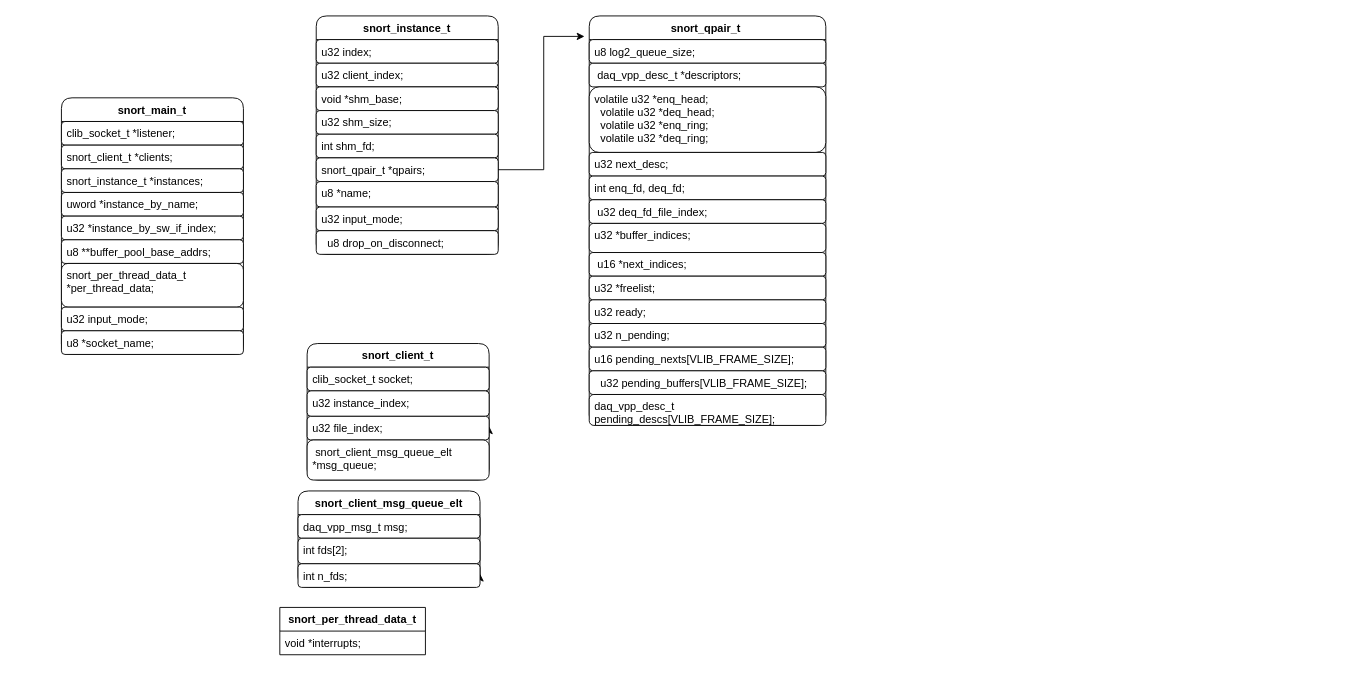
jin13417/dpdk-vpp-learning keeps this draw.io diagram as new_map/snort.drawio. Above is the earlier version. Source tidied: cells renumbered, new cells numbered last; positions are measured from the earlier drawing's top-left corner, leaving out a move shared by most shapes. Both pictures are drawn from the tidied source at 91%, with x=0, y=0 at pixel (61, 15).
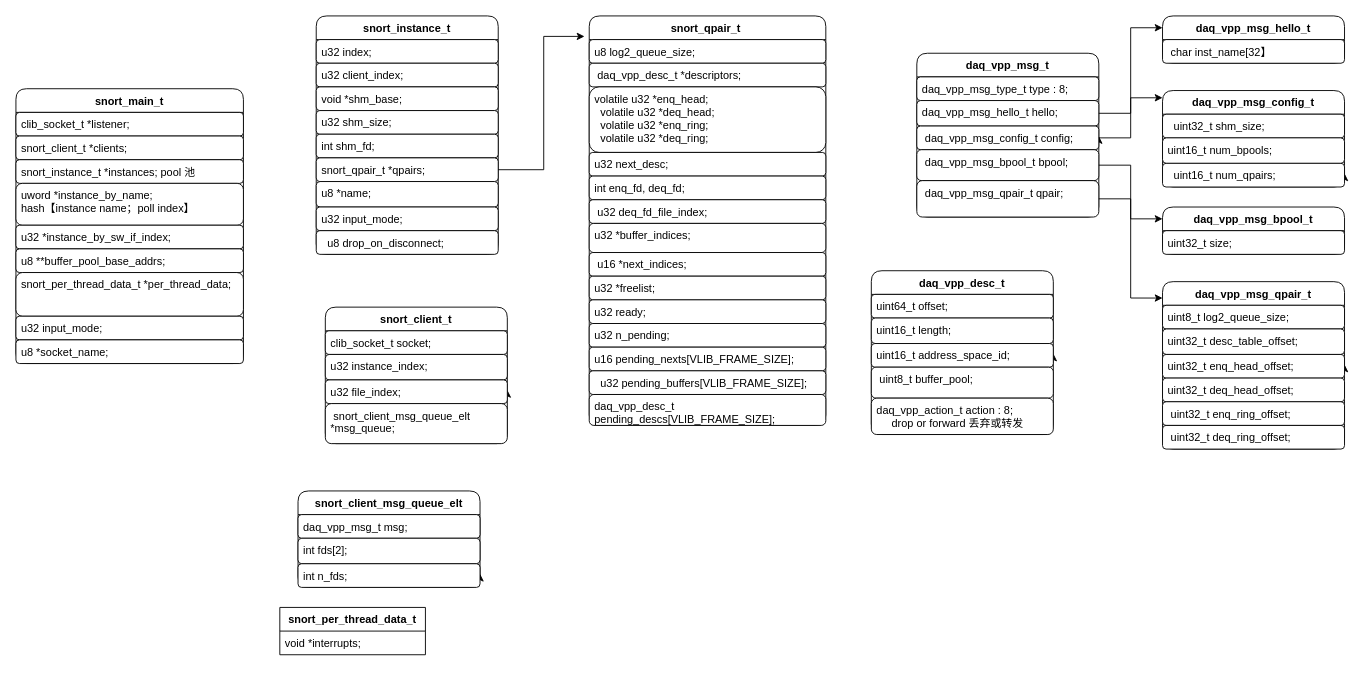
Above is the later version.

The edit, as a diff of the source:
```diff
@@
     <mxCell id="2" value="snort_main_t" style="swimlane;fontStyle=1;align=center;verticalAlign=top;horizontal=1;startSize=26;whiteSpace=wrap;html=1;rounded=1;" parent="1" vertex="1">
-      <mxGeometry y="90" width="200" height="282" as="geometry" />
+      <mxGeometry x="-50" y="80" width="250" height="302" as="geometry" />
     </mxCell>
     <mxCell id="3" value="clib_socket_t *listener;" style="text;strokeColor=default;fillColor=default;align=left;verticalAlign=top;spacingLeft=4;spacingRight=4;overflow=hidden;whiteSpace=wrap;html=1;rounded=1;" parent="2" vertex="1">
-      <mxGeometry y="26" width="200" height="26" as="geometry" />
+      <mxGeometry y="26" width="250" height="26" as="geometry" />
     </mxCell>
     <mxCell id="4" value="snort_client_t *clients;" style="text;strokeColor=default;fillColor=default;align=left;verticalAlign=top;spacingLeft=4;spacingRight=4;overflow=hidden;whiteSpace=wrap;html=1;rounded=1;" parent="2" vertex="1">
-      <mxGeometry y="52" width="200" height="26" as="geometry" />
+      <mxGeometry y="52" width="250" height="26" as="geometry" />
     </mxCell>
-    <mxCell id="5" style="edgeStyle=orthogonalEdgeStyle;rounded=0;jettySize=auto;html=1;exitX=1;exitY=0.5;exitDx=0;exitDy=0;" parent="2" edge="1" source="6">
-      <mxGeometry relative="1" as="geometry">
-        <mxPoint x="200" y="91" as="targetPoint" />
-      </mxGeometry>
-    </mxCell>
-    <mxCell id="6" value="snort_instance_t *instances;" style="text;strokeColor=default;fillColor=default;align=left;verticalAlign=top;spacingLeft=4;spacingRight=4;overflow=hidden;points=[[0,0.5],[1,0.5]];portConstraint=eastwest;whiteSpace=wrap;html=1;rounded=1;" parent="2" vertex="1">
-      <mxGeometry y="78" width="200" height="26" as="geometry" />
+    <mxCell id="6" value="snort_instance_t *instances; pool 池" style="text;strokeColor=default;fillColor=default;align=left;verticalAlign=top;spacingLeft=4;spacingRight=4;overflow=hidden;points=[[0,0.5],[1,0.5]];portConstraint=eastwest;whiteSpace=wrap;html=1;rounded=1;" parent="2" vertex="1">
+      <mxGeometry y="78" width="250" height="26" as="geometry" />
     </mxCell>
-    <mxCell id="7" value="uword *instance_by_name;" style="text;strokeColor=default;fillColor=default;align=left;verticalAlign=top;spacingLeft=4;spacingRight=4;overflow=hidden;whiteSpace=wrap;html=1;rounded=1;" parent="2" vertex="1">
-      <mxGeometry y="104" width="200" height="26" as="geometry" />
+    <mxCell id="7" value="uword *instance_by_name; &lt;br&gt;hash【instance name；poll index】" style="text;strokeColor=default;fillColor=default;align=left;verticalAlign=top;spacingLeft=4;spacingRight=4;overflow=hidden;whiteSpace=wrap;html=1;rounded=1;" parent="2" vertex="1">
+      <mxGeometry y="104" width="250" height="46" as="geometry" />
     </mxCell>
     <mxCell id="8" value="u32 *instance_by_sw_if_index;" style="text;strokeColor=default;fillColor=default;align=left;verticalAlign=top;spacingLeft=4;spacingRight=4;overflow=hidden;whiteSpace=wrap;html=1;rounded=1;" parent="2" vertex="1">
-      <mxGeometry y="130" width="200" height="26" as="geometry" />
+      <mxGeometry y="150" width="250" height="26" as="geometry" />
     </mxCell>
     <mxCell id="9" value="u8 **buffer_pool_base_addrs;" style="text;strokeColor=default;fillColor=default;align=left;verticalAlign=top;spacingLeft=4;spacingRight=4;overflow=hidden;whiteSpace=wrap;html=1;rounded=1;" parent="2" vertex="1">
-      <mxGeometry y="156" width="200" height="26" as="geometry" />
+      <mxGeometry y="176" width="250" height="26" as="geometry" />
     </mxCell>
     <mxCell id="10" value="snort_per_thread_data_t *per_thread_data;" style="text;strokeColor=default;fillColor=default;align=left;verticalAlign=top;spacingLeft=4;spacingRight=4;overflow=hidden;whiteSpace=wrap;html=1;rounded=1;" parent="2" vertex="1">
-      <mxGeometry y="182" width="200" height="48" as="geometry" />
+      <mxGeometry y="202" width="250" height="48" as="geometry" />
     </mxCell>
     <mxCell id="11" value="u32 input_mode;" style="text;strokeColor=default;fillColor=default;align=left;verticalAlign=top;spacingLeft=4;spacingRight=4;overflow=hidden;whiteSpace=wrap;html=1;rounded=1;" parent="2" vertex="1">
-      <mxGeometry y="230" width="200" height="26" as="geometry" />
+      <mxGeometry y="250" width="250" height="26" as="geometry" />
     </mxCell>
     <mxCell id="12" value="u8 *socket_name;" style="text;strokeColor=default;fillColor=default;align=left;verticalAlign=top;spacingLeft=4;spacingRight=4;overflow=hidden;whiteSpace=wrap;html=1;rounded=1;" parent="2" vertex="1">
-      <mxGeometry y="256" width="200" height="26" as="geometry" />
+      <mxGeometry y="276" width="250" height="26" as="geometry" />
     </mxCell>
@@
-    <mxCell id="46" value="snort_client_t" style="swimlane;fontStyle=1;align=center;verticalAlign=top;horizontal=1;startSize=26;whiteSpace=wrap;html=1;rounded=1;" parent="1" vertex="1">
-      <mxGeometry x="270" y="360" width="200" height="150" as="geometry" />
+    <mxCell id="46" value="daq_vpp_desc_t" style="swimlane;fontStyle=1;align=center;verticalAlign=top;horizontal=1;startSize=26;whiteSpace=wrap;html=1;rounded=1;" parent="1" vertex="1">
+      <mxGeometry x="890" y="280" width="200" height="180" as="geometry" />
     </mxCell>
-    <mxCell id="47" value="clib_socket_t socket;" style="text;strokeColor=default;fillColor=default;align=left;verticalAlign=top;spacingLeft=4;spacingRight=4;overflow=hidden;whiteSpace=wrap;html=1;rounded=1;" parent="46" vertex="1">
+    <mxCell id="47" value="uint64_t offset;" style="text;strokeColor=default;fillColor=default;align=left;verticalAlign=top;spacingLeft=4;spacingRight=4;overflow=hidden;whiteSpace=wrap;html=1;rounded=1;" parent="46" vertex="1">
       <mxGeometry y="26" width="200" height="26" as="geometry" />
     </mxCell>
@@
-    <mxCell id="49" value="u32 instance_index;" style="text;strokeColor=default;fillColor=default;align=left;verticalAlign=top;spacingLeft=4;spacingRight=4;overflow=hidden;whiteSpace=wrap;html=1;rounded=1;" parent="46" vertex="1">
+    <mxCell id="49" value="uint16_t length;" style="text;strokeColor=default;fillColor=default;align=left;verticalAlign=top;spacingLeft=4;spacingRight=4;overflow=hidden;whiteSpace=wrap;html=1;rounded=1;" parent="46" vertex="1">
       <mxGeometry y="52" width="200" height="28" as="geometry" />
     </mxCell>
-    <mxCell id="50" value="u32 file_index;" style="text;strokeColor=default;fillColor=default;align=left;verticalAlign=top;spacingLeft=4;spacingRight=4;overflow=hidden;points=[[0,0.5],[1,0.5]];portConstraint=eastwest;whiteSpace=wrap;html=1;rounded=1;" parent="46" vertex="1">
+    <mxCell id="50" value="uint16_t address_space_id;" style="text;strokeColor=default;fillColor=default;align=left;verticalAlign=top;spacingLeft=4;spacingRight=4;overflow=hidden;points=[[0,0.5],[1,0.5]];portConstraint=eastwest;whiteSpace=wrap;html=1;rounded=1;" parent="46" vertex="1">
       <mxGeometry y="80" width="200" height="26" as="geometry" />
     </mxCell>
-    <mxCell id="51" value="&amp;nbsp;snort_client_msg_queue_elt *msg_queue;" style="text;strokeColor=default;fillColor=default;align=left;verticalAlign=top;spacingLeft=4;spacingRight=4;overflow=hidden;whiteSpace=wrap;html=1;rounded=1;" parent="46" vertex="1">
-      <mxGeometry y="106" width="200" height="44" as="geometry" />
+    <mxCell id="51" value="&amp;nbsp;uint8_t buffer_pool;" style="text;strokeColor=default;fillColor=default;align=left;verticalAlign=top;spacingLeft=4;spacingRight=4;overflow=hidden;whiteSpace=wrap;html=1;rounded=1;" parent="46" vertex="1">
+      <mxGeometry y="106" width="200" height="34" as="geometry" />
     </mxCell>
+    <mxCell id="53" value="daq_vpp_action_t action : 8;&lt;br&gt;&amp;nbsp; &amp;nbsp; &amp;nbsp;drop or forward 丢弃或转发" style="text;strokeColor=default;fillColor=default;align=left;verticalAlign=top;spacingLeft=4;spacingRight=4;overflow=hidden;whiteSpace=wrap;html=1;rounded=1;" parent="46" vertex="1">
+      <mxGeometry y="140" width="200" height="40" as="geometry" />
+    </mxCell>
@@
+    <mxCell id="54" value="snort_client_t" style="swimlane;fontStyle=1;align=center;verticalAlign=top;horizontal=1;startSize=26;whiteSpace=wrap;html=1;rounded=1;" parent="1" vertex="1">
+      <mxGeometry x="290" y="320" width="200" height="150" as="geometry" />
+    </mxCell>
+    <mxCell id="55" value="clib_socket_t socket;" style="text;strokeColor=default;fillColor=default;align=left;verticalAlign=top;spacingLeft=4;spacingRight=4;overflow=hidden;whiteSpace=wrap;html=1;rounded=1;" parent="54" vertex="1">
+      <mxGeometry y="26" width="200" height="26" as="geometry" />
+    </mxCell>
+    <mxCell id="56" style="edgeStyle=orthogonalEdgeStyle;rounded=0;jettySize=auto;html=1;exitX=1;exitY=0.5;exitDx=0;exitDy=0;" parent="54" edge="1" source="58">
+      <mxGeometry relative="1" as="geometry">
+        <mxPoint x="200" y="91" as="targetPoint" />
+      </mxGeometry>
+    </mxCell>
+    <mxCell id="57" value="u32 instance_index;" style="text;strokeColor=default;fillColor=default;align=left;verticalAlign=top;spacingLeft=4;spacingRight=4;overflow=hidden;whiteSpace=wrap;html=1;rounded=1;" parent="54" vertex="1">
+      <mxGeometry y="52" width="200" height="28" as="geometry" />
+    </mxCell>
+    <mxCell id="58" value="u32 file_index;" style="text;strokeColor=default;fillColor=default;align=left;verticalAlign=top;spacingLeft=4;spacingRight=4;overflow=hidden;points=[[0,0.5],[1,0.5]];portConstraint=eastwest;whiteSpace=wrap;html=1;rounded=1;" parent="54" vertex="1">
+      <mxGeometry y="80" width="200" height="26" as="geometry" />
+    </mxCell>
+    <mxCell id="59" value="&amp;nbsp;snort_client_msg_queue_elt *msg_queue;" style="text;strokeColor=default;fillColor=default;align=left;verticalAlign=top;spacingLeft=4;spacingRight=4;overflow=hidden;whiteSpace=wrap;html=1;rounded=1;" parent="54" vertex="1">
+      <mxGeometry y="106" width="200" height="44" as="geometry" />
+    </mxCell>
+    <mxCell id="60" value="daq_vpp_msg_t" style="swimlane;fontStyle=1;align=center;verticalAlign=top;horizontal=1;startSize=26;whiteSpace=wrap;html=1;rounded=1;" parent="1" vertex="1">
+      <mxGeometry x="940" y="41" width="200" height="180" as="geometry" />
+    </mxCell>
+    <mxCell id="61" value="daq_vpp_msg_type_t type : 8;" style="text;strokeColor=default;fillColor=default;align=left;verticalAlign=top;spacingLeft=4;spacingRight=4;overflow=hidden;whiteSpace=wrap;html=1;rounded=1;" parent="60" vertex="1">
+      <mxGeometry y="26" width="200" height="26" as="geometry" />
+    </mxCell>
+    <mxCell id="62" style="edgeStyle=orthogonalEdgeStyle;rounded=0;jettySize=auto;html=1;exitX=1;exitY=0.5;exitDx=0;exitDy=0;" parent="60" edge="1" source="64">
+      <mxGeometry relative="1" as="geometry">
+        <mxPoint x="200" y="91" as="targetPoint" />
+      </mxGeometry>
+    </mxCell>
+    <mxCell id="63" value="daq_vpp_msg_hello_t hello;" style="text;strokeColor=default;fillColor=default;align=left;verticalAlign=top;spacingLeft=4;spacingRight=4;overflow=hidden;points=[[0,0.5],[1,0.5]];portConstraint=eastwest;whiteSpace=wrap;html=1;rounded=1;" parent="60" vertex="1">
+      <mxGeometry y="52" width="200" height="28" as="geometry" />
+    </mxCell>
+    <mxCell id="64" value="&amp;nbsp;daq_vpp_msg_config_t config;" style="text;strokeColor=default;fillColor=default;align=left;verticalAlign=top;spacingLeft=4;spacingRight=4;overflow=hidden;points=[[0,0.5],[1,0.5]];portConstraint=eastwest;whiteSpace=wrap;html=1;rounded=1;" parent="60" vertex="1">
+      <mxGeometry y="80" width="200" height="26" as="geometry" />
+    </mxCell>
+    <mxCell id="65" value="&amp;nbsp;daq_vpp_msg_bpool_t bpool;" style="text;strokeColor=default;fillColor=default;align=left;verticalAlign=top;spacingLeft=4;spacingRight=4;overflow=hidden;points=[[0,0.5],[1,0.5]];portConstraint=eastwest;whiteSpace=wrap;html=1;rounded=1;" parent="60" vertex="1">
+      <mxGeometry y="106" width="200" height="34" as="geometry" />
+    </mxCell>
+    <mxCell id="66" value="&amp;nbsp;daq_vpp_msg_qpair_t qpair;" style="text;strokeColor=default;fillColor=default;align=left;verticalAlign=top;spacingLeft=4;spacingRight=4;overflow=hidden;points=[[0,0.5],[1,0.5]];portConstraint=eastwest;whiteSpace=wrap;html=1;rounded=1;" parent="60" vertex="1">
+      <mxGeometry y="140" width="200" height="40" as="geometry" />
+    </mxCell>
+    <mxCell id="67" value="daq_vpp_msg_hello_t" style="swimlane;fontStyle=1;align=center;verticalAlign=top;horizontal=1;startSize=26;whiteSpace=wrap;html=1;rounded=1;" parent="1" vertex="1">
+      <mxGeometry x="1210" width="200" height="52" as="geometry" />
+    </mxCell>
+    <mxCell id="68" value="&amp;nbsp;char inst_name[32】" style="text;strokeColor=default;fillColor=default;align=left;verticalAlign=top;spacingLeft=4;spacingRight=4;overflow=hidden;whiteSpace=wrap;html=1;rounded=1;" parent="67" vertex="1">
+      <mxGeometry y="26" width="200" height="26" as="geometry" />
+    </mxCell>
+    <mxCell id="69" value="daq_vpp_msg_config_t" style="swimlane;fontStyle=1;align=center;verticalAlign=top;horizontal=1;startSize=26;whiteSpace=wrap;html=1;rounded=1;" parent="1" vertex="1">
+      <mxGeometry x="1210" y="82" width="200" height="106" as="geometry" />
+    </mxCell>
+    <mxCell id="70" value="&amp;nbsp; uint32_t shm_size;" style="text;strokeColor=default;fillColor=default;align=left;verticalAlign=top;spacingLeft=4;spacingRight=4;overflow=hidden;whiteSpace=wrap;html=1;rounded=1;" parent="69" vertex="1">
+      <mxGeometry y="26" width="200" height="26" as="geometry" />
+    </mxCell>
+    <mxCell id="71" style="edgeStyle=orthogonalEdgeStyle;rounded=0;jettySize=auto;html=1;exitX=1;exitY=0.5;exitDx=0;exitDy=0;" parent="69" edge="1" source="73">
+      <mxGeometry relative="1" as="geometry">
+        <mxPoint x="200" y="91" as="targetPoint" />
+      </mxGeometry>
+    </mxCell>
+    <mxCell id="72" value="uint16_t num_bpools;" style="text;strokeColor=default;fillColor=default;align=left;verticalAlign=top;spacingLeft=4;spacingRight=4;overflow=hidden;whiteSpace=wrap;html=1;rounded=1;" parent="69" vertex="1">
+      <mxGeometry y="52" width="200" height="28" as="geometry" />
+    </mxCell>
+    <mxCell id="73" value="&amp;nbsp; uint16_t num_qpairs;" style="text;strokeColor=default;fillColor=default;align=left;verticalAlign=top;spacingLeft=4;spacingRight=4;overflow=hidden;points=[[0,0.5],[1,0.5]];portConstraint=eastwest;whiteSpace=wrap;html=1;rounded=1;" parent="69" vertex="1">
+      <mxGeometry y="80" width="200" height="26" as="geometry" />
+    </mxCell>
+    <mxCell id="74" value="daq_vpp_msg_bpool_t" style="swimlane;fontStyle=1;align=center;verticalAlign=top;horizontal=1;startSize=26;whiteSpace=wrap;html=1;rounded=1;" parent="1" vertex="1">
+      <mxGeometry x="1210" y="210" width="200" height="52" as="geometry" />
+    </mxCell>
+    <mxCell id="75" value="uint32_t size;" style="text;strokeColor=default;fillColor=default;align=left;verticalAlign=top;spacingLeft=4;spacingRight=4;overflow=hidden;whiteSpace=wrap;html=1;rounded=1;" parent="74" vertex="1">
+      <mxGeometry y="26" width="200" height="26" as="geometry" />
+    </mxCell>
+    <mxCell id="76" value="daq_vpp_msg_qpair_t" style="swimlane;fontStyle=1;align=center;verticalAlign=top;horizontal=1;startSize=26;whiteSpace=wrap;html=1;rounded=1;" parent="1" vertex="1">
+      <mxGeometry x="1210" y="292" width="200" height="184" as="geometry" />
+    </mxCell>
+    <mxCell id="77" value="uint8_t log2_queue_size;" style="text;strokeColor=default;fillColor=default;align=left;verticalAlign=top;spacingLeft=4;spacingRight=4;overflow=hidden;whiteSpace=wrap;html=1;rounded=1;" parent="76" vertex="1">
+      <mxGeometry y="26" width="200" height="26" as="geometry" />
+    </mxCell>
+    <mxCell id="78" style="edgeStyle=orthogonalEdgeStyle;rounded=0;jettySize=auto;html=1;exitX=1;exitY=0.5;exitDx=0;exitDy=0;" parent="76" edge="1" source="80">
+      <mxGeometry relative="1" as="geometry">
+        <mxPoint x="200" y="91" as="targetPoint" />
+      </mxGeometry>
+    </mxCell>
+    <mxCell id="79" value="uint32_t desc_table_offset;" style="text;strokeColor=default;fillColor=default;align=left;verticalAlign=top;spacingLeft=4;spacingRight=4;overflow=hidden;whiteSpace=wrap;html=1;rounded=1;" parent="76" vertex="1">
+      <mxGeometry y="52" width="200" height="28" as="geometry" />
+    </mxCell>
+    <mxCell id="80" value="uint32_t enq_head_offset;" style="text;strokeColor=default;fillColor=default;align=left;verticalAlign=top;spacingLeft=4;spacingRight=4;overflow=hidden;points=[[0,0.5],[1,0.5]];portConstraint=eastwest;whiteSpace=wrap;html=1;rounded=1;" parent="76" vertex="1">
+      <mxGeometry y="80" width="200" height="26" as="geometry" />
+    </mxCell>
+    <mxCell id="81" value="uint32_t deq_head_offset;" style="text;strokeColor=default;fillColor=default;align=left;verticalAlign=top;spacingLeft=4;spacingRight=4;overflow=hidden;whiteSpace=wrap;html=1;rounded=1;" parent="76" vertex="1">
+      <mxGeometry y="106" width="200" height="26" as="geometry" />
+    </mxCell>
+    <mxCell id="82" value="&amp;nbsp;uint32_t enq_ring_offset;" style="text;strokeColor=default;fillColor=default;align=left;verticalAlign=top;spacingLeft=4;spacingRight=4;overflow=hidden;whiteSpace=wrap;html=1;rounded=1;" parent="76" vertex="1">
+      <mxGeometry y="132" width="200" height="26" as="geometry" />
+    </mxCell>
+    <mxCell id="83" value="&amp;nbsp;uint32_t deq_ring_offset;" style="text;strokeColor=default;fillColor=default;align=left;verticalAlign=top;spacingLeft=4;spacingRight=4;overflow=hidden;whiteSpace=wrap;html=1;rounded=1;" parent="76" vertex="1">
+      <mxGeometry y="158" width="200" height="26" as="geometry" />
+    </mxCell>
+    <mxCell id="84" style="edgeStyle=orthogonalEdgeStyle;rounded=0;jettySize=auto;html=1;exitX=1;exitY=0.5;exitDx=0;exitDy=0;entryX=0;entryY=0.25;entryDx=0;entryDy=0;" parent="1" edge="1" source="63" target="67">
+      <mxGeometry relative="1" as="geometry" />
+    </mxCell>
+    <mxCell id="85" style="edgeStyle=orthogonalEdgeStyle;rounded=0;jettySize=auto;html=1;exitX=1;exitY=0.5;exitDx=0;exitDy=0;entryX=0;entryY=0.075;entryDx=0;entryDy=0;entryPerimeter=0;" parent="1" edge="1" source="64" target="69">
+      <mxGeometry relative="1" as="geometry" />
+    </mxCell>
+    <mxCell id="86" style="edgeStyle=orthogonalEdgeStyle;rounded=0;jettySize=auto;html=1;exitX=1;exitY=0.5;exitDx=0;exitDy=0;entryX=0;entryY=0.25;entryDx=0;entryDy=0;" parent="1" edge="1" source="65" target="74">
+      <mxGeometry relative="1" as="geometry" />
+    </mxCell>
+    <mxCell id="87" style="edgeStyle=orthogonalEdgeStyle;rounded=0;jettySize=auto;html=1;exitX=1;exitY=0.5;exitDx=0;exitDy=0;entryX=0;entryY=0.098;entryDx=0;entryDy=0;entryPerimeter=0;" parent="1" edge="1" source="66" target="76">
+      <mxGeometry relative="1" as="geometry" />
+    </mxCell>
```
